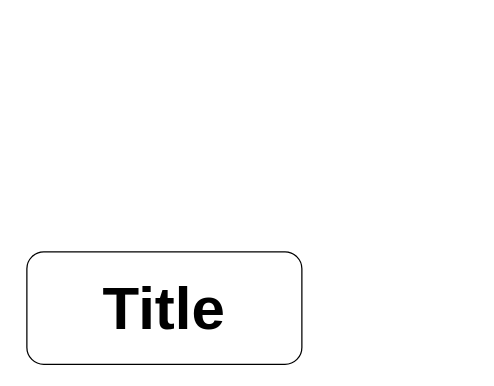
Before: Paper-Reading.drawio in 3-F/DrawIOTemplate, a draw.io diagram. Source tidied: cells renumbered, new cells numbered last; positions are measured from the earlier drawing's top-left corner, leaving out a move shared by most shapes. Both pictures are drawn from the tidied source at 125%, with x=0, y=0 at pixel (26, 251).
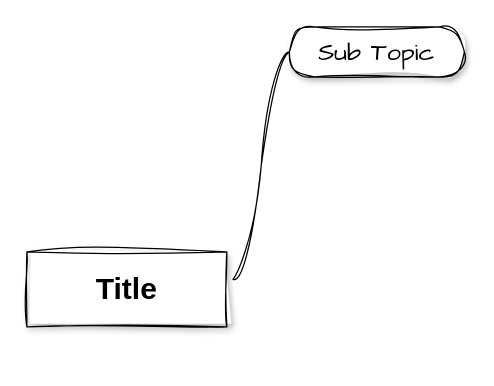
Above is the later version.

Diff of the diagram source:
```diff
@@
 <mxGraphModel>
   <root>
     <mxCell id="0" />
     <mxCell id="1" parent="0" />
-    <mxCell id="2" value="&lt;font style=&quot;font-size: 48px;&quot;&gt;&lt;b&gt;Title&lt;/b&gt;&lt;/font&gt;" style="rounded=1;whiteSpace=wrap;html=1;" parent="1" vertex="1">
-      <mxGeometry width="220" height="90" as="geometry" />
+    <mxCell id="2" value="&lt;b&gt;&lt;font style=&quot;font-size: 24px;&quot;&gt;Title&lt;/font&gt;&lt;/b&gt;" style="whiteSpace=wrap;html=1;align=center;newEdgeStyle={&quot;edgeStyle&quot;:&quot;elbowEdgeStyle&quot;,&quot;startArrow&quot;:&quot;none&quot;,&quot;endArrow&quot;:&quot;none&quot;};sketch=1;curveFitting=1;jiggle=2;shadow=1;" parent="1" vertex="1">
+      <mxGeometry width="160" height="60" as="geometry" />
     </mxCell>
+    <mxCell id="3" value="Sub Topic" style="whiteSpace=wrap;html=1;rounded=1;arcSize=50;align=center;verticalAlign=middle;strokeWidth=1;spacing=4;newEdgeStyle={&quot;edgeStyle&quot;:&quot;entityRelationEdgeStyle&quot;,&quot;startArrow&quot;:&quot;none&quot;,&quot;endArrow&quot;:&quot;none&quot;,&quot;segment&quot;:10,&quot;curved&quot;:1,&quot;sourcePerimeterSpacing&quot;:0,&quot;targetPerimeterSpacing&quot;:0};shadow=1;sketch=1;hachureGap=4;jiggle=2;curveFitting=1;fontFamily=Architects Daughter;fontSize=20;" parent="1" vertex="1">
+      <mxGeometry x="210" y="-180" width="140" height="40" as="geometry" />
+    </mxCell>
+    <mxCell id="4" style="edgeStyle=entityRelationEdgeStyle;startArrow=none;endArrow=none;segment=10;curved=1;sourcePerimeterSpacing=0;targetPerimeterSpacing=0;rounded=0;sketch=1;hachureGap=4;jiggle=2;curveFitting=1;fontFamily=Architects Daughter;fontSize=16;exitX=1.031;exitY=0.367;exitDx=0;exitDy=0;exitPerimeter=0;" parent="1" edge="1" source="2" target="3">
+      <mxGeometry relative="1" as="geometry" />
+    </mxCell>
   </root>
 </mxGraphModel>
```
